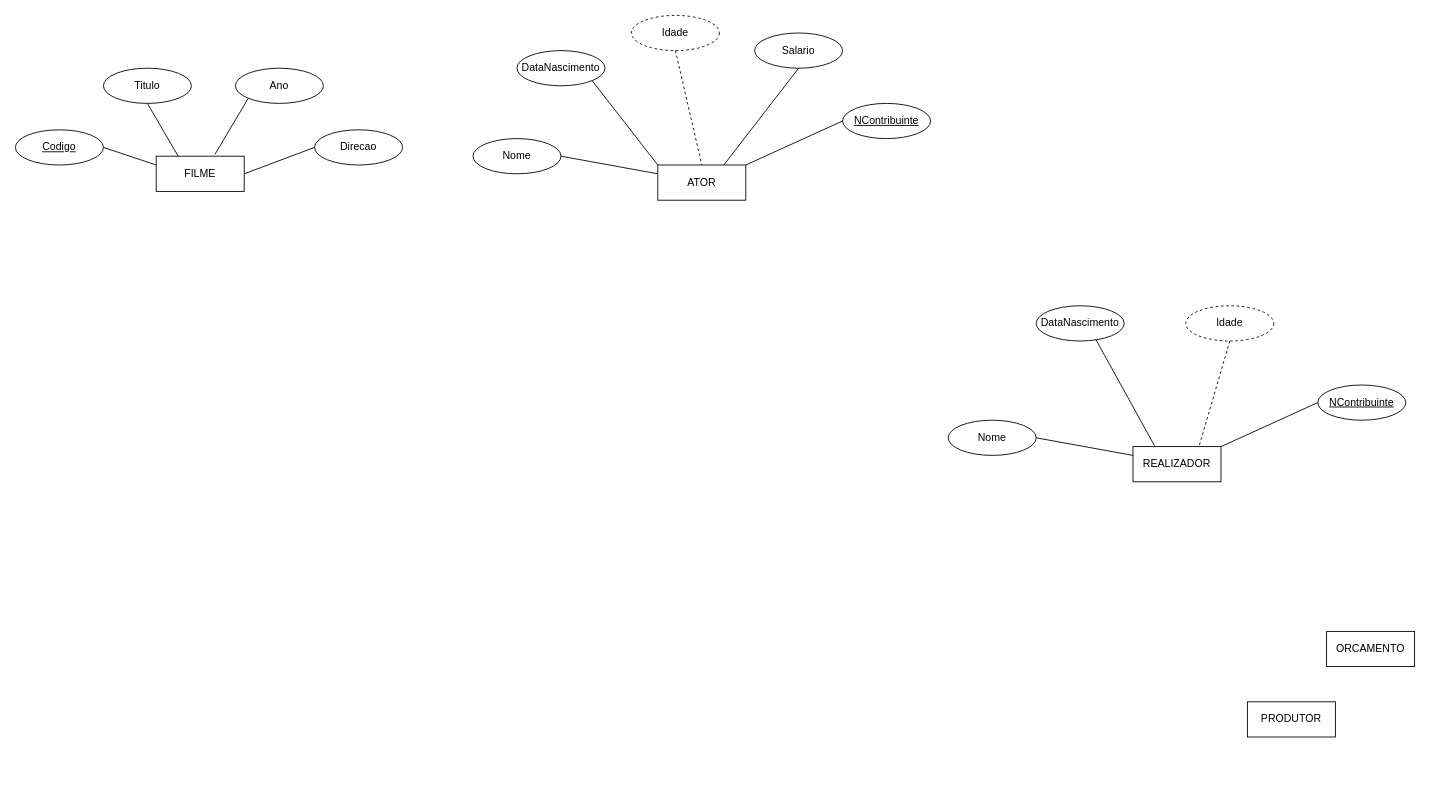
Before: Teste1.drawio in Frederico994/Diagramas, a draw.io diagram. Source tidied: cells renumbered, new cells numbered last; positions are measured from the earlier drawing's top-left corner, leaving out a move shared by most shapes. Both pictures are drawn from the tidied source at 88%, with x=0, y=0 at pixel (15, 15).
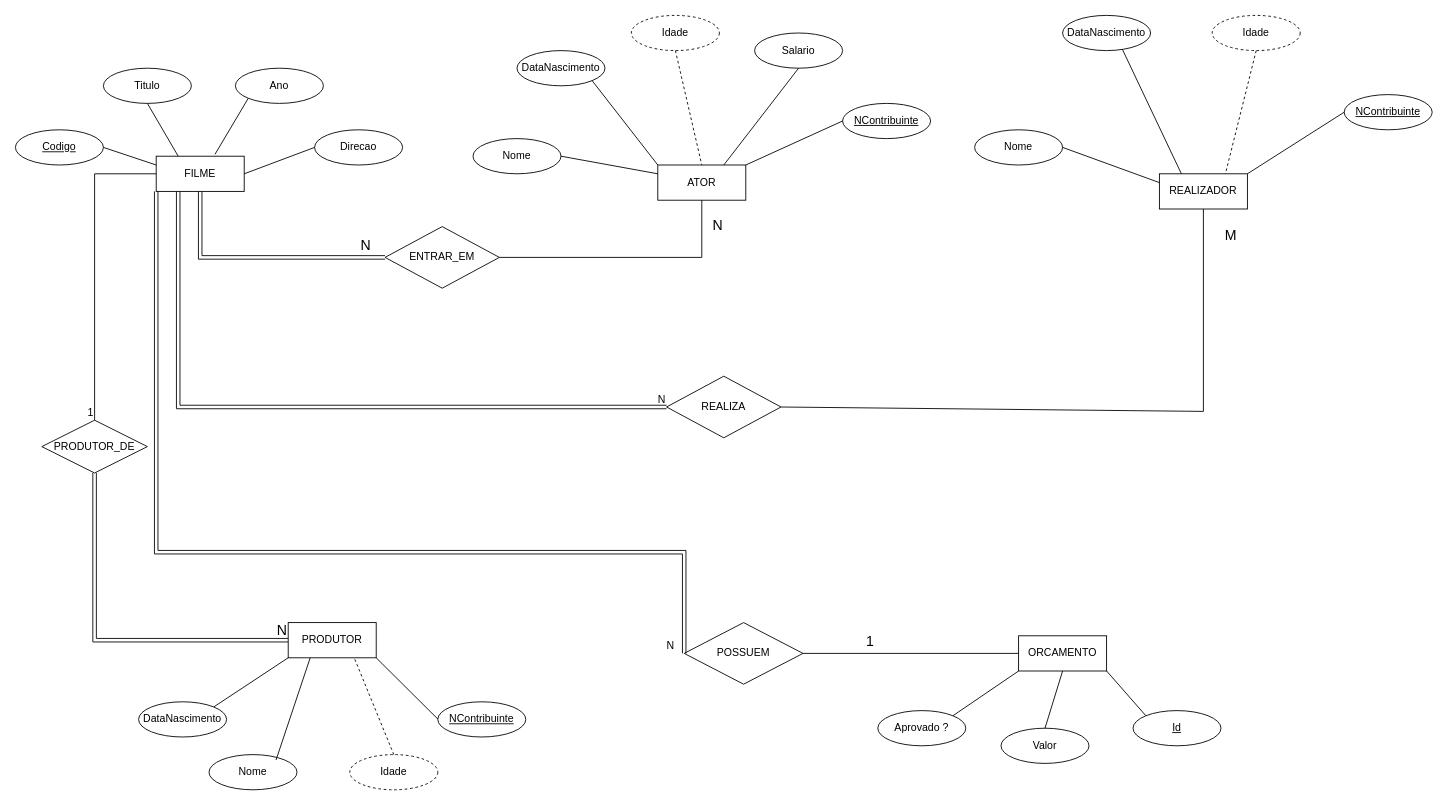
Above is the later version.

Unchanged cells that the change refers to:
```xml
<mxCell id="2" value="FILME" style="whiteSpace=wrap;html=1;align=center;" parent="1" vertex="1">
  <mxGeometry x="160" y="160" width="100" height="40" as="geometry" />
</mxCell>
<mxCell id="4" value="ATOR" style="whiteSpace=wrap;html=1;align=center;" parent="1" vertex="1">
  <mxGeometry x="730" y="170" width="100" height="40" as="geometry" />
</mxCell>
```

What changed in the source:
```diff
@@
-    <mxCell id="3" value="PRODUTOR" style="whiteSpace=wrap;html=1;align=center;" parent="1" vertex="1">
-      <mxGeometry x="1400" y="780" width="100" height="40" as="geometry" />
-    </mxCell>
@@
-    <mxCell id="5" value="ORCAMENTO" style="whiteSpace=wrap;html=1;align=center;" parent="1" vertex="1">
-      <mxGeometry x="1490" y="700" width="100" height="40" as="geometry" />
-    </mxCell>
@@
     <mxCell id="24" value="REALIZADOR" style="whiteSpace=wrap;html=1;align=center;" parent="1" vertex="1">
-      <mxGeometry x="1270" y="490" width="100" height="40" as="geometry" />
+      <mxGeometry x="1300" y="180" width="100" height="40" as="geometry" />
     </mxCell>
     <mxCell id="25" value="Nome" style="ellipse;whiteSpace=wrap;html=1;align=center;" parent="1" vertex="1">
-      <mxGeometry x="1060" y="460" width="100" height="40" as="geometry" />
+      <mxGeometry x="1090" y="130" width="100" height="40" as="geometry" />
     </mxCell>
@@
     <mxCell id="27" value="DataNascimento" style="ellipse;whiteSpace=wrap;html=1;align=center;" parent="1" vertex="1">
-      <mxGeometry x="1160" y="330" width="100" height="40" as="geometry" />
+      <mxGeometry x="1190" width="100" height="40" as="geometry" />
     </mxCell>
@@
     <mxCell id="29" value="Idade" style="ellipse;whiteSpace=wrap;html=1;align=center;dashed=1;" parent="1" vertex="1">
-      <mxGeometry x="1330" y="330" width="100" height="40" as="geometry" />
+      <mxGeometry x="1360" width="100" height="40" as="geometry" />
     </mxCell>
@@
     <mxCell id="31" value="NContribuinte" style="ellipse;whiteSpace=wrap;html=1;align=center;fontStyle=4;" parent="1" vertex="1">
-      <mxGeometry x="1480" y="420" width="100" height="40" as="geometry" />
+      <mxGeometry x="1510" y="90" width="100" height="40" as="geometry" />
     </mxCell>
@@
+    <mxCell id="3" value="PRODUTOR" style="whiteSpace=wrap;html=1;align=center;" parent="1" vertex="1">
+      <mxGeometry x="310" y="690" width="100" height="40" as="geometry" />
+    </mxCell>
+    <mxCell id="33" value="Nome" style="ellipse;whiteSpace=wrap;html=1;align=center;" parent="1" vertex="1">
+      <mxGeometry x="220" y="840" width="100" height="40" as="geometry" />
+    </mxCell>
+    <mxCell id="34" style="endArrow=none;html=1;rounded=0;exitX=0.762;exitY=0.153;exitDx=0;exitDy=0;entryX=0.25;entryY=1;entryDx=0;entryDy=0;exitPerimeter=0;" parent="1" edge="1" source="33" target="3">
+      <mxGeometry relative="1" as="geometry" />
+    </mxCell>
+    <mxCell id="35" value="DataNascimento" style="ellipse;whiteSpace=wrap;html=1;align=center;" parent="1" vertex="1">
+      <mxGeometry x="140" y="780" width="100" height="40" as="geometry" />
+    </mxCell>
+    <mxCell id="36" style="endArrow=none;html=1;rounded=0;exitX=1;exitY=0;exitDx=0;exitDy=0;entryX=0;entryY=1;entryDx=0;entryDy=0;" parent="1" edge="1" source="35" target="3">
+      <mxGeometry relative="1" as="geometry" />
+    </mxCell>
+    <mxCell id="37" value="Idade" style="ellipse;whiteSpace=wrap;html=1;align=center;dashed=1;" parent="1" vertex="1">
+      <mxGeometry x="380" y="840" width="100" height="40" as="geometry" />
+    </mxCell>
+    <mxCell id="38" style="endArrow=none;html=1;rounded=0;exitX=0.5;exitY=0;exitDx=0;exitDy=0;entryX=0.75;entryY=1;entryDx=0;entryDy=0;dashed=1;" parent="1" edge="1" source="37" target="3">
+      <mxGeometry relative="1" as="geometry" />
+    </mxCell>
+    <mxCell id="39" style="endArrow=none;html=1;rounded=0;exitX=0;exitY=1;exitDx=0;exitDy=0;entryX=1;entryY=1;entryDx=0;entryDy=0;" parent="1" edge="1" source="40" target="3">
+      <mxGeometry relative="1" as="geometry" />
+    </mxCell>
+    <mxCell id="40" value="NContribuinte" style="ellipse;whiteSpace=wrap;html=1;align=center;fontStyle=4;" parent="1" vertex="1">
+      <mxGeometry x="480" y="780" width="100" height="40" as="geometry" />
+    </mxCell>
+    <mxCell id="5" value="ORCAMENTO" style="whiteSpace=wrap;html=1;align=center;" parent="1" vertex="1">
+      <mxGeometry x="1140" y="705" width="100" height="40" as="geometry" />
+    </mxCell>
+    <mxCell id="41" value="Valor" style="ellipse;whiteSpace=wrap;html=1;align=center;" parent="1" vertex="1">
+      <mxGeometry x="1120" y="810" width="100" height="40" as="geometry" />
+    </mxCell>
+    <mxCell id="42" style="endArrow=none;html=1;rounded=0;exitX=0.5;exitY=0;exitDx=0;exitDy=0;entryX=0.5;entryY=1;entryDx=0;entryDy=0;" parent="1" edge="1" source="41" target="5">
+      <mxGeometry relative="1" as="geometry" />
+    </mxCell>
+    <mxCell id="43" value="Aprovado ?" style="ellipse;whiteSpace=wrap;html=1;align=center;" parent="1" vertex="1">
+      <mxGeometry x="980" y="790" width="100" height="40" as="geometry" />
+    </mxCell>
+    <mxCell id="44" style="endArrow=none;html=1;rounded=0;exitX=1;exitY=0;exitDx=0;exitDy=0;entryX=0;entryY=1;entryDx=0;entryDy=0;" parent="1" edge="1" source="43" target="5">
+      <mxGeometry relative="1" as="geometry" />
+    </mxCell>
+    <mxCell id="45" style="endArrow=none;html=1;rounded=0;exitX=0;exitY=0;exitDx=0;exitDy=0;entryX=1;entryY=1;entryDx=0;entryDy=0;" parent="1" edge="1" source="46" target="5">
+      <mxGeometry relative="1" as="geometry" />
+    </mxCell>
+    <mxCell id="46" value="Id" style="ellipse;whiteSpace=wrap;html=1;align=center;fontStyle=4;" parent="1" vertex="1">
+      <mxGeometry x="1270" y="790" width="100" height="40" as="geometry" />
+    </mxCell>
+    <mxCell id="47" value="ENTRAR_EM" style="shape=rhombus;perimeter=rhombusPerimeter;whiteSpace=wrap;html=1;align=center;" parent="1" vertex="1">
+      <mxGeometry x="420" y="240" width="130" height="70" as="geometry" />
+    </mxCell>
+    <mxCell id="48" value="REALIZA" style="shape=rhombus;perimeter=rhombusPerimeter;whiteSpace=wrap;html=1;align=center;" parent="1" vertex="1">
+      <mxGeometry x="740" y="410" width="130" height="70" as="geometry" />
+    </mxCell>
+    <mxCell id="49" value="PRODUTOR_DE" style="shape=rhombus;perimeter=rhombusPerimeter;whiteSpace=wrap;html=1;align=center;" parent="1" vertex="1">
+      <mxGeometry x="30" y="460" width="120" height="60" as="geometry" />
+    </mxCell>
+    <mxCell id="50" value="POSSUEM" style="shape=rhombus;perimeter=rhombusPerimeter;whiteSpace=wrap;html=1;align=center;" parent="1" vertex="1">
+      <mxGeometry x="760" y="690" width="135" height="70" as="geometry" />
+    </mxCell>
+    <mxCell id="51" style="shape=link;html=1;rounded=0;exitX=0.5;exitY=1;exitDx=0;exitDy=0;entryX=0;entryY=0.5;entryDx=0;entryDy=0;" parent="1" edge="1" source="2" target="47">
+      <mxGeometry relative="1" as="geometry">
+        <Array as="points">
+          <mxPoint x="210" y="275" />
+        </Array>
+      </mxGeometry>
+    </mxCell>
+    <mxCell id="52" value="N" style="edgeLabel;html=1;align=center;verticalAlign=middle;fontSize=16;" parent="51" vertex="1">
+      <mxGeometry x="0.84" y="8" relative="1" as="geometry">
+        <mxPoint y="-7" as="offset" />
+      </mxGeometry>
+    </mxCell>
+    <mxCell id="53" style="endArrow=none;html=1;rounded=0;exitX=1;exitY=0.5;exitDx=0;exitDy=0;entryX=0.5;entryY=1;entryDx=0;entryDy=0;" parent="1" edge="1" source="47" target="4">
+      <mxGeometry relative="1" as="geometry">
+        <Array as="points">
+          <mxPoint x="780" y="275" />
+        </Array>
+      </mxGeometry>
+    </mxCell>
+    <mxCell id="54" value="N" style="edgeLabel;html=1;align=center;verticalAlign=middle;fontSize=16;" parent="53" vertex="1">
+      <mxGeometry x="0.82" y="-2" relative="1" as="geometry">
+        <mxPoint x="15" as="offset" />
+      </mxGeometry>
+    </mxCell>
+    <mxCell id="55" style="shape=link;html=1;rounded=0;exitX=0.25;exitY=1;exitDx=0;exitDy=0;entryX=0;entryY=0.5;entryDx=0;entryDy=0;" parent="1" edge="1" source="2" target="48">
+      <mxGeometry relative="1" as="geometry">
+        <Array as="points">
+          <mxPoint x="185" y="445" />
+        </Array>
+      </mxGeometry>
+    </mxCell>
+    <mxCell id="56" value="N" style="html=1;whiteSpace=wrap;align=right;verticalAlign=bottom;" parent="55" vertex="1">
+      <mxGeometry x="1" relative="1" as="geometry" />
+    </mxCell>
+    <mxCell id="57" style="endArrow=none;html=1;rounded=0;entryX=0.5;entryY=1;entryDx=0;entryDy=0;exitX=1;exitY=0.5;exitDx=0;exitDy=0;" parent="1" edge="1" source="48" target="24">
+      <mxGeometry relative="1" as="geometry">
+        <Array as="points">
+          <mxPoint x="1350" y="450" />
+        </Array>
+      </mxGeometry>
+    </mxCell>
+    <mxCell id="58" value="M" style="edgeLabel;html=1;align=center;verticalAlign=middle;fontSize=16;" parent="57" vertex="1">
+      <mxGeometry x="0.89" y="3" relative="1" as="geometry">
+        <mxPoint x="33" y="-10" as="offset" />
+      </mxGeometry>
+    </mxCell>
+    <mxCell id="59" style="shape=link;html=1;rounded=0;exitX=0;exitY=1;exitDx=0;exitDy=0;entryX=0;entryY=0.5;entryDx=0;entryDy=0;" parent="1" edge="1" source="2" target="50">
+      <mxGeometry relative="1" as="geometry">
+        <Array as="points">
+          <mxPoint x="160" y="610" />
+          <mxPoint x="760" y="610" />
+        </Array>
+      </mxGeometry>
+    </mxCell>
+    <mxCell id="60" value="N" style="html=1;whiteSpace=wrap;align=right;verticalAlign=bottom;" parent="59" vertex="1">
+      <mxGeometry x="1" relative="1" as="geometry">
+        <mxPoint x="-10" y="-1" as="offset" />
+      </mxGeometry>
+    </mxCell>
+    <mxCell id="61" style="endArrow=none;html=1;rounded=0;exitX=1;exitY=0.5;exitDx=0;exitDy=0;entryX=0;entryY=0.5;entryDx=0;entryDy=0;" parent="1" edge="1" source="50" target="5">
+      <mxGeometry relative="1" as="geometry" />
+    </mxCell>
+    <mxCell id="62" value="1" style="edgeLabel;html=1;align=center;verticalAlign=middle;fontSize=16;" parent="61" vertex="1">
+      <mxGeometry x="-0.44" relative="1" as="geometry">
+        <mxPoint x="6" y="-15" as="offset" />
+      </mxGeometry>
+    </mxCell>
+    <mxCell id="63" style="shape=link;html=1;rounded=0;exitX=0.5;exitY=1;exitDx=0;exitDy=0;entryX=0;entryY=0.5;entryDx=0;entryDy=0;" parent="1" edge="1" source="49" target="3">
+      <mxGeometry relative="1" as="geometry">
+        <Array as="points">
+          <mxPoint x="90" y="710" />
+        </Array>
+      </mxGeometry>
+    </mxCell>
+    <mxCell id="64" value="N" style="html=1;whiteSpace=wrap;align=right;verticalAlign=bottom;fontSize=16;" parent="63" vertex="1">
+      <mxGeometry x="1" relative="1" as="geometry" />
+    </mxCell>
+    <mxCell id="65" style="endArrow=none;html=1;rounded=0;exitX=0;exitY=0.5;exitDx=0;exitDy=0;entryX=0.5;entryY=0;entryDx=0;entryDy=0;" parent="1" edge="1" source="2" target="49">
+      <mxGeometry relative="1" as="geometry">
+        <Array as="points">
+          <mxPoint x="90" y="180" />
+        </Array>
+      </mxGeometry>
+    </mxCell>
+    <mxCell id="66" value="1" style="html=1;whiteSpace=wrap;align=right;verticalAlign=bottom;" parent="65" vertex="1">
+      <mxGeometry x="1" relative="1" as="geometry" />
+    </mxCell>
```
